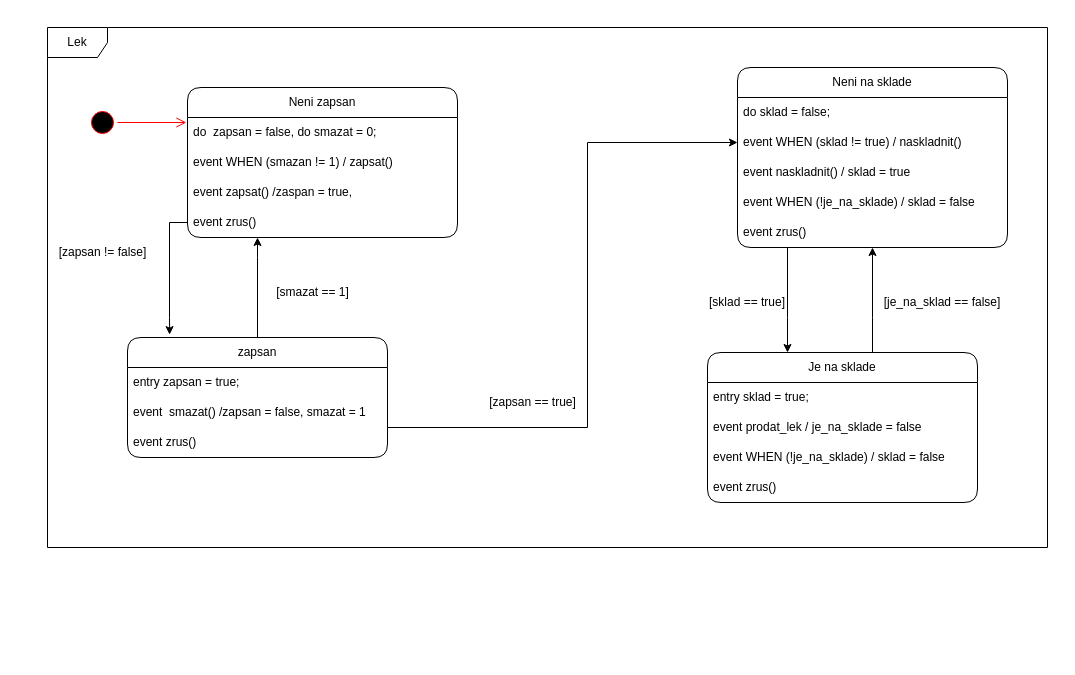
This is IUS projekt stavovy diagram.drawio from tada66/IUS-projekt, a draw.io file, before an edit. Source tidied: cells renumbered, new cells numbered last; positions are measured from the earlier drawing's top-left corner, leaving out a move shared by most shapes. Both pictures are drawn from the tidied source at 100%, with x=0, y=0 at pixel (47, 27).
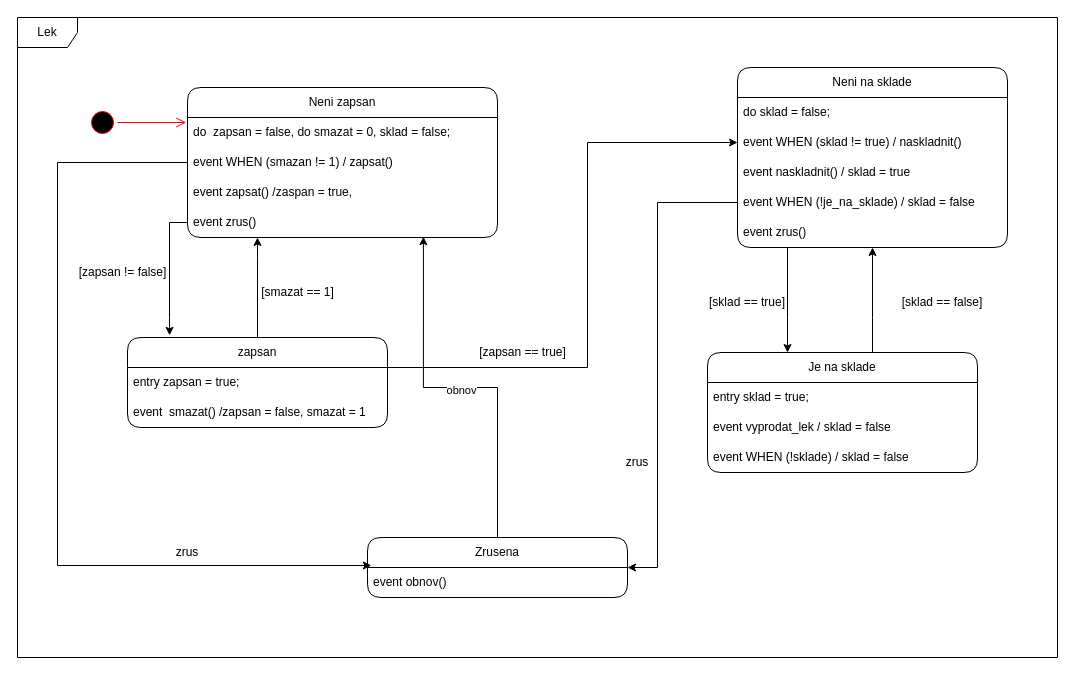
The same diagram, later.

The change refers to these unchanged cells:
```xml
<mxCell id="24" value="event WHEN (sklad != true) / naskladnit()" style="text;strokeColor=none;fillColor=none;align=left;verticalAlign=middle;spacingLeft=4;spacingRight=4;overflow=hidden;points=[[0,0.5],[1,0.5]];portConstraint=eastwest;whiteSpace=wrap;html=1;" parent="22" vertex="1">
  <mxGeometry y="60" width="270" height="30" as="geometry" />
</mxCell>
<mxCell id="26" value="event WHEN (!je_na_sklade) / sklad = false" style="text;strokeColor=none;fillColor=none;align=left;verticalAlign=middle;spacingLeft=4;spacingRight=4;overflow=hidden;points=[[0,0.5],[1,0.5]];portConstraint=eastwest;whiteSpace=wrap;html=1;" parent="22" vertex="1">
  <mxGeometry y="120" width="270" height="30" as="geometry" />
</mxCell>
```

Diff of the diagram source:
```diff
@@
     <mxCell id="3" value="Je na sklade" style="swimlane;fontStyle=0;horizontal=1;startSize=30;whiteSpace=wrap;html=1;rounded=1;" parent="1" vertex="1">
-      <mxGeometry x="660" y="325" width="270" height="150" as="geometry" />
+      <mxGeometry x="660" y="325" width="270" height="120" as="geometry" />
     </mxCell>
@@
-    <mxCell id="5" value="event prodat_lek / je_na_sklade = false" style="text;strokeColor=none;fillColor=none;align=left;verticalAlign=middle;spacingLeft=4;spacingRight=4;overflow=hidden;whiteSpace=wrap;html=1;" parent="3" vertex="1">
+    <mxCell id="5" value="event vyprodat_lek / sklad = false" style="text;strokeColor=none;fillColor=none;align=left;verticalAlign=middle;spacingLeft=4;spacingRight=4;overflow=hidden;whiteSpace=wrap;html=1;" parent="3" vertex="1">
       <mxGeometry y="60" width="270" height="30" as="geometry" />
     </mxCell>
-    <mxCell id="6" value="event WHEN (!je_na_sklade) / sklad = false" style="text;strokeColor=none;fillColor=none;align=left;verticalAlign=middle;spacingLeft=4;spacingRight=4;overflow=hidden;whiteSpace=wrap;html=1;" parent="3" vertex="1">
+    <mxCell id="6" value="event WHEN (!sklade) / sklad = false" style="text;strokeColor=none;fillColor=none;align=left;verticalAlign=middle;spacingLeft=4;spacingRight=4;overflow=hidden;whiteSpace=wrap;html=1;" parent="3" vertex="1">
       <mxGeometry y="90" width="270" height="30" as="geometry" />
     </mxCell>
-    <mxCell id="7" value="event zrus()" style="text;strokeColor=none;fillColor=none;align=left;verticalAlign=middle;spacingLeft=4;spacingRight=4;overflow=hidden;whiteSpace=wrap;html=1;" parent="3" vertex="1">
-      <mxGeometry y="120" width="270" height="30" as="geometry" />
-    </mxCell>
     <mxCell id="8" style="edgeStyle=orthogonalEdgeStyle;rounded=0;jettySize=auto;html=1;entryX=0;entryY=0.5;entryDx=0;entryDy=0;" parent="1" edge="1" source="10" target="24">
       <mxGeometry relative="1" as="geometry">
         <Array as="points">
-          <mxPoint x="540" y="400" />
+          <mxPoint x="540" y="340" />
           <mxPoint x="540" y="115" />
         </Array>
       </mxGeometry>
     </mxCell>
@@
     <mxCell id="10" value="zapsan" style="swimlane;fontStyle=0;horizontal=1;startSize=30;whiteSpace=wrap;html=1;rounded=1;" parent="1" vertex="1">
-      <mxGeometry x="80" y="310" width="260" height="120" as="geometry" />
+      <mxGeometry x="80" y="310" width="260" height="90" as="geometry" />
     </mxCell>
@@
-    <mxCell id="13" value="event zrus()" style="text;strokeColor=none;fillColor=none;align=left;verticalAlign=middle;spacingLeft=4;spacingRight=4;overflow=hidden;whiteSpace=wrap;html=1;" parent="10" vertex="1">
-      <mxGeometry y="90" width="260" height="30" as="geometry" />
-    </mxCell>
     <mxCell id="14" value="Neni zapsan" style="swimlane;fontStyle=0;horizontal=1;startSize=30;whiteSpace=wrap;html=1;rounded=1;" parent="1" vertex="1">
-      <mxGeometry x="140" y="60" width="270" height="150" as="geometry" />
+      <mxGeometry x="140" y="60" width="310" height="150" as="geometry" />
     </mxCell>
-    <mxCell id="15" value="do&amp;nbsp; zapsan = false, do smazat = 0;" style="text;strokeColor=none;fillColor=none;align=left;verticalAlign=middle;spacingLeft=4;spacingRight=4;overflow=hidden;points=[[0,0.5],[1,0.5]];portConstraint=eastwest;whiteSpace=wrap;html=1;" parent="14" vertex="1">
-      <mxGeometry y="30" width="270" height="30" as="geometry" />
+    <mxCell id="15" value="do&amp;nbsp; zapsan = false, do smazat = 0, sklad = false;" style="text;strokeColor=none;fillColor=none;align=left;verticalAlign=middle;spacingLeft=4;spacingRight=4;overflow=hidden;points=[[0,0.5],[1,0.5]];portConstraint=eastwest;whiteSpace=wrap;html=1;" parent="14" vertex="1">
+      <mxGeometry y="30" width="310" height="30" as="geometry" />
     </mxCell>
     <mxCell id="16" value="event WHEN (smazan != 1) / zapsat()" style="text;strokeColor=none;fillColor=none;align=left;verticalAlign=middle;spacingLeft=4;spacingRight=4;overflow=hidden;points=[[0,0.5],[1,0.5]];portConstraint=eastwest;whiteSpace=wrap;html=1;" parent="14" vertex="1">
-      <mxGeometry y="60" width="270" height="30" as="geometry" />
+      <mxGeometry y="60" width="310" height="30" as="geometry" />
     </mxCell>
     <mxCell id="17" value="event zapsat() /zaspan = true," style="text;strokeColor=none;fillColor=none;align=left;verticalAlign=middle;spacingLeft=4;spacingRight=4;overflow=hidden;whiteSpace=wrap;html=1;" parent="14" vertex="1">
-      <mxGeometry y="90" width="270" height="30" as="geometry" />
+      <mxGeometry y="90" width="310" height="30" as="geometry" />
     </mxCell>
     <mxCell id="18" value="event zrus()" style="text;strokeColor=none;fillColor=none;align=left;verticalAlign=middle;spacingLeft=4;spacingRight=4;overflow=hidden;points=[[0,0.5],[1,0.5]];portConstraint=eastwest;whiteSpace=wrap;html=1;" parent="14" vertex="1">
-      <mxGeometry y="120" width="270" height="30" as="geometry" />
+      <mxGeometry y="120" width="310" height="30" as="geometry" />
     </mxCell>
     <mxCell id="19" value="[zapsan != false]" style="text;html=1;align=center;verticalAlign=middle;strokeColor=none;fillColor=none;" parent="1" vertex="1">
-      <mxGeometry y="210" width="110" height="30" as="geometry" />
+      <mxGeometry x="20" y="230" width="110" height="30" as="geometry" />
     </mxCell>
     <mxCell id="20" value="[zapsan == true]" style="text;html=1;align=center;verticalAlign=middle;strokeColor=none;fillColor=none;" parent="1" vertex="1">
-      <mxGeometry x="430" y="360" width="110" height="30" as="geometry" />
+      <mxGeometry x="420" y="310" width="110" height="30" as="geometry" />
     </mxCell>
@@
     <mxCell id="29" value="[smazat == 1]" style="text;html=1;align=center;verticalAlign=middle;strokeColor=none;fillColor=none;" parent="1" vertex="1">
-      <mxGeometry x="215" y="250" width="100" height="30" as="geometry" />
+      <mxGeometry x="200" y="250" width="100" height="30" as="geometry" />
     </mxCell>
@@
-    <mxCell id="31" value="[je_na_sklad == false]" style="text;html=1;strokeColor=none;fillColor=none;align=center;verticalAlign=middle;whiteSpace=wrap;rounded=0;" parent="1" vertex="1">
+    <mxCell id="31" value="[sklad == false]" style="text;html=1;strokeColor=none;fillColor=none;align=center;verticalAlign=middle;whiteSpace=wrap;rounded=0;" parent="1" vertex="1">
       <mxGeometry x="830" y="260" width="130" height="30" as="geometry" />
     </mxCell>
     <mxCell id="32" value="Lek" style="shape=umlFrame;whiteSpace=wrap;html=1;" parent="1" vertex="1">
-      <mxGeometry width="1000" height="520" as="geometry" />
+      <mxGeometry x="-30" y="-10" width="1040" height="640" as="geometry" />
     </mxCell>
@@
+    <mxCell id="35" value="Zrusena" style="swimlane;fontStyle=0;horizontal=1;startSize=30;whiteSpace=wrap;html=1;rounded=1;" parent="1" vertex="1">
+      <mxGeometry x="320" y="510" width="260" height="60" as="geometry" />
+    </mxCell>
+    <mxCell id="36" value="event obnov()" style="text;strokeColor=none;fillColor=none;align=left;verticalAlign=middle;spacingLeft=4;spacingRight=4;overflow=hidden;points=[[0,0.5],[1,0.5]];portConstraint=eastwest;whiteSpace=wrap;html=1;" parent="35" vertex="1">
+      <mxGeometry y="30" width="260" height="30" as="geometry" />
+    </mxCell>
+    <mxCell id="37" style="edgeStyle=orthogonalEdgeStyle;rounded=0;jettySize=auto;html=1;exitX=0;exitY=0.5;exitDx=0;exitDy=0;entryX=0.015;entryY=-0.067;entryDx=0;entryDy=0;entryPerimeter=0;" parent="1" edge="1" source="16" target="36">
+      <mxGeometry relative="1" as="geometry">
+        <Array as="points">
+          <mxPoint x="10" y="135" />
+          <mxPoint x="10" y="538" />
+        </Array>
+      </mxGeometry>
+    </mxCell>
+    <mxCell id="38" style="edgeStyle=orthogonalEdgeStyle;rounded=0;jettySize=auto;html=1;exitX=0;exitY=0.5;exitDx=0;exitDy=0;entryX=1;entryY=0.5;entryDx=0;entryDy=0;" parent="1" edge="1" source="26" target="35">
+      <mxGeometry relative="1" as="geometry">
+        <Array as="points">
+          <mxPoint x="610" y="175" />
+          <mxPoint x="610" y="540" />
+        </Array>
+      </mxGeometry>
+    </mxCell>
+    <mxCell id="39" value="zrus" style="text;html=1;strokeColor=none;fillColor=none;align=center;verticalAlign=middle;whiteSpace=wrap;rounded=0;" parent="1" vertex="1">
+      <mxGeometry x="110" y="510" width="60" height="30" as="geometry" />
+    </mxCell>
+    <mxCell id="40" value="zrus" style="text;html=1;strokeColor=none;fillColor=none;align=center;verticalAlign=middle;whiteSpace=wrap;rounded=0;" parent="1" vertex="1">
+      <mxGeometry x="560" y="420" width="60" height="30" as="geometry" />
+    </mxCell>
+    <mxCell id="41" style="edgeStyle=orthogonalEdgeStyle;rounded=0;jettySize=auto;html=1;entryX=0.761;entryY=0.973;entryDx=0;entryDy=0;entryPerimeter=0;" parent="1" edge="1" source="35" target="18">
+      <mxGeometry relative="1" as="geometry" />
+    </mxCell>
+    <mxCell id="42" value="obnov" style="edgeLabel;html=1;align=center;verticalAlign=middle;" parent="41" vertex="1">
+      <mxGeometry y="2" relative="1" as="geometry" />
+    </mxCell>
```
